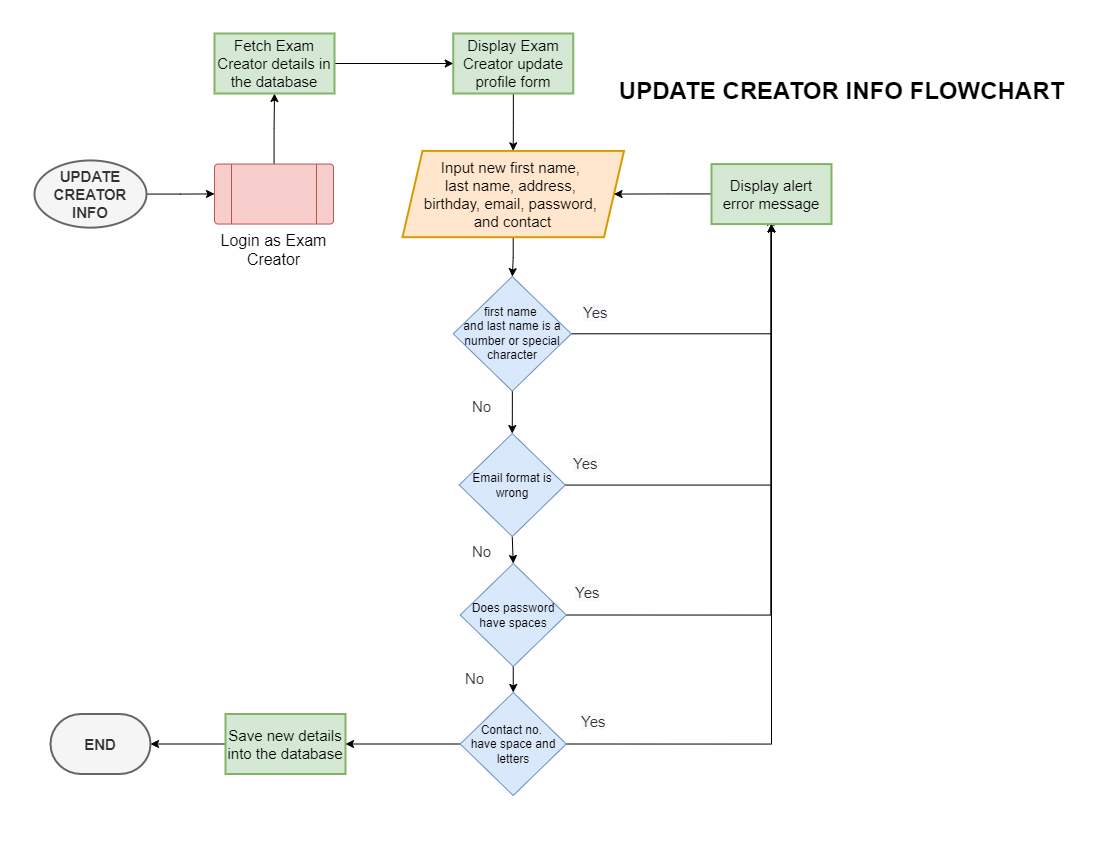
Before: Gallardo/OnlineExam/online exam flowcharts/exam creator/Online exam flowchart-UPDATE CREATOR INFO FLOWCHART.drawio.png, a diagram exported from draw.io (walteribloguintoledo/PUP2022). Source tidied: cells renumbered, new cells last; positions are measured from the earlier drawing's top-left corner, leaving out a move shared by most shapes.
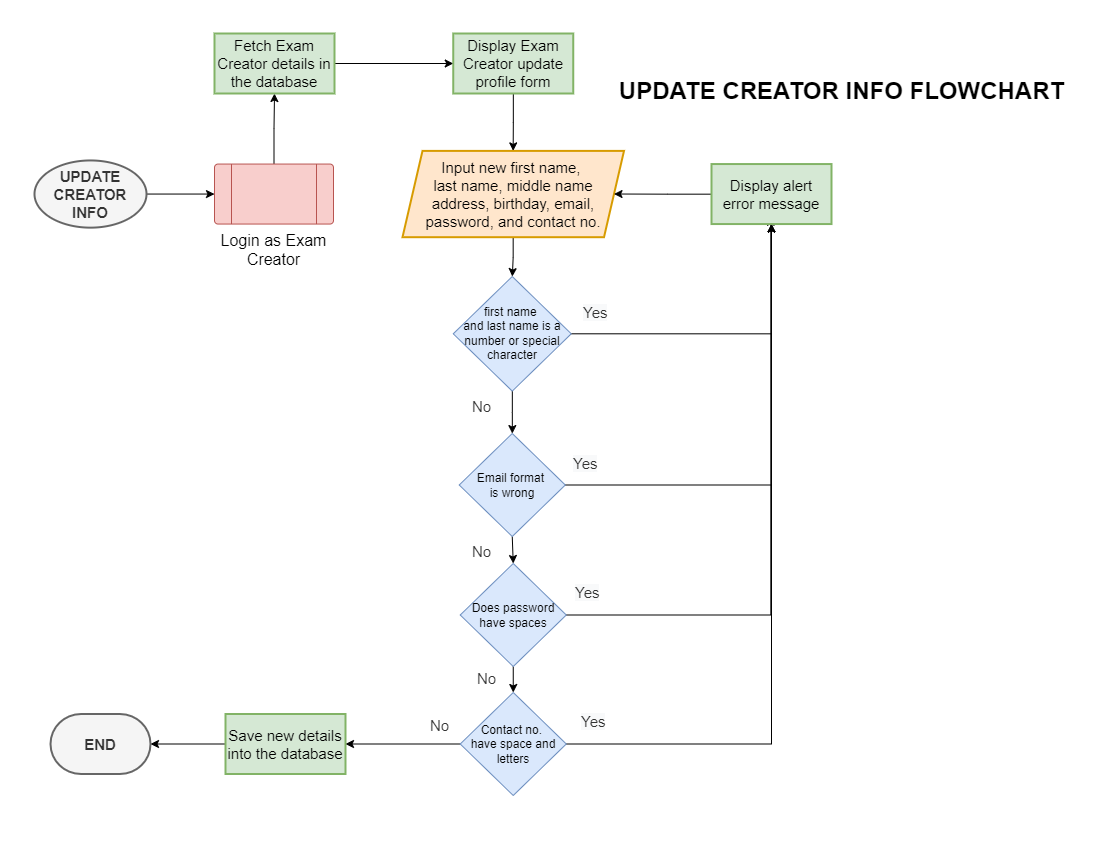
After the commit.

Diff of the diagram source:
```diff
@@ -32,7 +32,7 @@
     <mxCell id="11" style="edgeStyle=orthogonalEdgeStyle;rounded=0;jettySize=auto;html=1;fontSize=16;" parent="1" edge="1" source="12" target="15">
       <mxGeometry relative="1" as="geometry" />
     </mxCell>
-    <mxCell id="12" value="Input new first name, &lt;br&gt;last name, address, &lt;br&gt;birthday, email, password, &lt;br&gt;and contact" style="shape=parallelogram;perimeter=parallelogramPerimeter;whiteSpace=wrap;html=1;fixedSize=1;fontSize=15;fillColor=#ffe6cc;strokeColor=#d79b00;strokeWidth=2;" parent="1" vertex="1">
+    <mxCell id="12" value="Input new first name, &lt;br&gt;last name, middle name address, birthday, email, password, and contact no." style="shape=parallelogram;perimeter=parallelogramPerimeter;whiteSpace=wrap;html=1;fixedSize=1;fontSize=15;fillColor=#ffe6cc;strokeColor=#d79b00;strokeWidth=2;" parent="1" vertex="1">
       <mxGeometry x="368" y="117.4" width="221.5" height="86.3" as="geometry" />
     </mxCell>
     <mxCell id="13" style="edgeStyle=orthogonalEdgeStyle;rounded=0;jettySize=auto;html=1;fontSize=16;" parent="1" edge="1" source="15" target="18">
@@ -50,7 +50,7 @@
     <mxCell id="17" style="edgeStyle=orthogonalEdgeStyle;rounded=0;jettySize=auto;html=1;exitX=0.5;exitY=1;exitDx=0;exitDy=0;entryX=0.5;entryY=0;entryDx=0;entryDy=0;fontSize=16;" parent="1" edge="1" source="18" target="21">
       <mxGeometry relative="1" as="geometry" />
     </mxCell>
-    <mxCell id="18" value="Email format is wrong" style="rhombus;whiteSpace=wrap;html=1;fillColor=#dae8fc;strokeColor=#6c8ebf;" parent="1" vertex="1">
+    <mxCell id="18" value="Email format &lt;br&gt;is wrong" style="rhombus;whiteSpace=wrap;html=1;fillColor=#dae8fc;strokeColor=#6c8ebf;" parent="1" vertex="1">
       <mxGeometry x="424.7" y="400" width="106.1" height="103" as="geometry" />
     </mxCell>
     <mxCell id="19" style="edgeStyle=orthogonalEdgeStyle;rounded=0;jettySize=auto;html=1;exitX=1;exitY=0.5;exitDx=0;exitDy=0;fontSize=16;" parent="1" edge="1" source="21">
@@ -98,7 +98,7 @@
       <mxGeometry x="436" y="503" width="32" height="32" as="geometry" />
     </mxCell>
     <mxCell id="33" value="&lt;div style=&quot;text-align: center;&quot;&gt;&lt;span style=&quot;background-color: initial;&quot;&gt;&lt;font color=&quot;#333333&quot;&gt;No&lt;/font&gt;&lt;/span&gt;&lt;/div&gt;" style="text;whiteSpace=wrap;html=1;fontSize=15;" parent="1" vertex="1">
-      <mxGeometry x="429" y="630" width="32" height="32" as="geometry" />
+      <mxGeometry x="441" y="630" width="32" height="32" as="geometry" />
     </mxCell>
     <mxCell id="34" style="edgeStyle=orthogonalEdgeStyle;rounded=0;jettySize=auto;html=1;fontSize=16;" parent="1" edge="1" source="35" target="36">
       <mxGeometry relative="1" as="geometry" />
@@ -109,5 +109,8 @@
     <mxCell id="36" value="&lt;b&gt;END&lt;/b&gt;" style="strokeWidth=2;html=1;shape=mxgraph.flowchart.terminator;whiteSpace=wrap;fontSize=15;fillColor=#f5f5f5;fontColor=#333333;strokeColor=#666666;" parent="1" vertex="1">
       <mxGeometry x="16" y="680.5" width="100" height="60" as="geometry" />
     </mxCell>
+    <mxCell id="37" value="&lt;div style=&quot;text-align: center;&quot;&gt;&lt;span style=&quot;background-color: initial;&quot;&gt;&lt;font color=&quot;#333333&quot;&gt;No&lt;/font&gt;&lt;/span&gt;&lt;/div&gt;" style="text;whiteSpace=wrap;html=1;fontSize=15;" parent="1" vertex="1">
+      <mxGeometry x="393.7" y="677" width="32" height="32" as="geometry" />
+    </mxCell>
   </root>
 </mxGraphModel>
```
